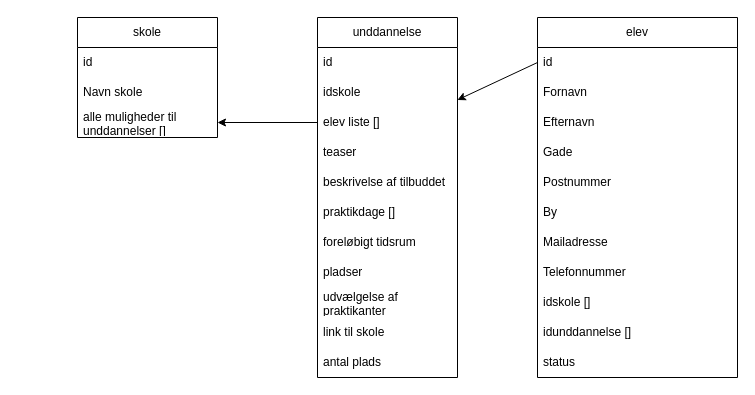
Earlier version of the draw.io diagram draw/database.drawio (SerhiiIkin/uge43). Source tidied: cells renumbered, new cells numbered last; positions are measured from the earlier drawing's top-left corner, leaving out a move shared by most shapes. Both pictures are drawn from the tidied source at 100%, with x=0, y=0 at pixel (77, 17).
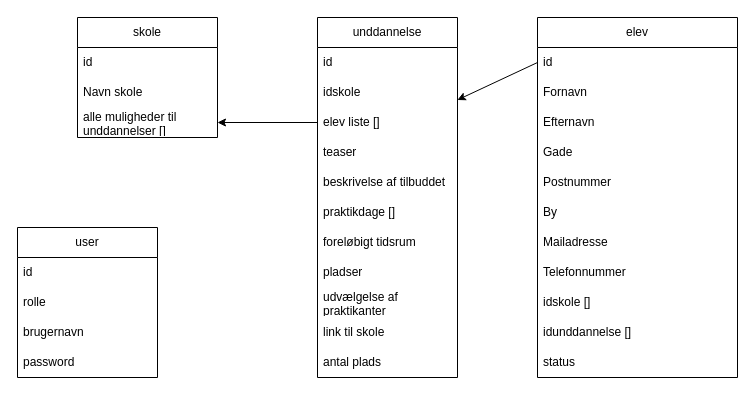
The same diagram, later.

Change to the diagram source:
```diff
@@
+    <mxCell id="32" value="user" style="swimlane;fontStyle=0;horizontal=1;startSize=30;whiteSpace=wrap;html=1;" parent="1" vertex="1">
+      <mxGeometry x="-60" y="210" width="140" height="150" as="geometry" />
+    </mxCell>
+    <mxCell id="33" value="id" style="text;strokeColor=none;fillColor=none;align=left;verticalAlign=middle;spacingLeft=4;spacingRight=4;overflow=hidden;whiteSpace=wrap;html=1;" parent="32" vertex="1">
+      <mxGeometry y="30" width="140" height="30" as="geometry" />
+    </mxCell>
+    <mxCell id="34" value="rolle" style="text;strokeColor=none;fillColor=none;align=left;verticalAlign=middle;spacingLeft=4;spacingRight=4;overflow=hidden;whiteSpace=wrap;html=1;" parent="32" vertex="1">
+      <mxGeometry y="60" width="140" height="30" as="geometry" />
+    </mxCell>
+    <mxCell id="35" value="brugernavn" style="text;strokeColor=none;fillColor=none;align=left;verticalAlign=middle;spacingLeft=4;spacingRight=4;overflow=hidden;whiteSpace=wrap;html=1;" parent="32" vertex="1">
+      <mxGeometry y="90" width="140" height="30" as="geometry" />
+    </mxCell>
+    <mxCell id="36" value="password" style="text;strokeColor=none;fillColor=none;align=left;verticalAlign=middle;spacingLeft=4;spacingRight=4;overflow=hidden;whiteSpace=wrap;html=1;" parent="32" vertex="1">
+      <mxGeometry y="120" width="140" height="30" as="geometry" />
+    </mxCell>
```
